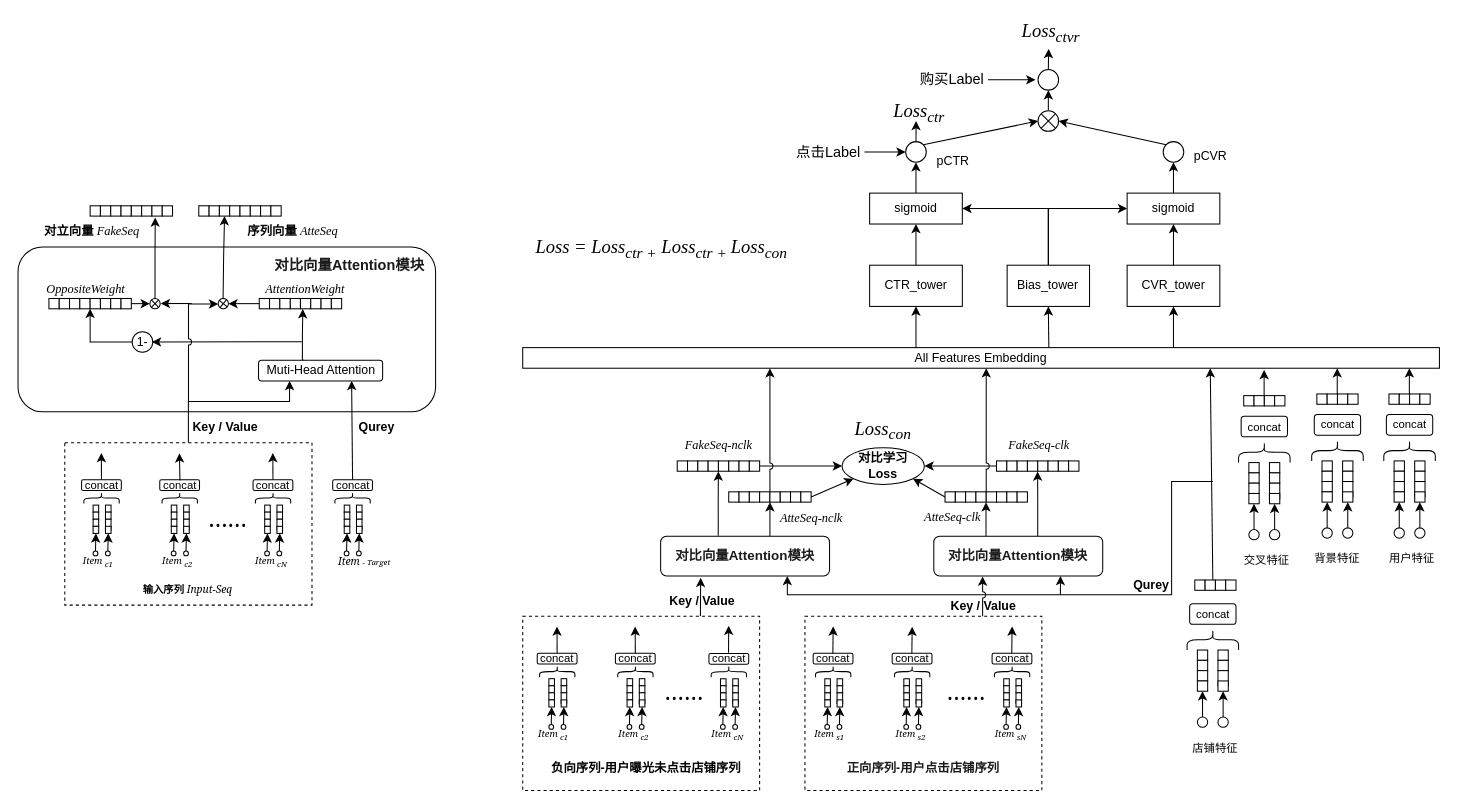
This is 负反馈序列优化-专利图.drawio from cosinalee/HeteroGraph, a draw.io file, before an edit. Source tidied: cells renumbered, new cells numbered last; positions are measured from the earlier drawing's top-left corner, leaving out a move shared by most shapes. Both pictures are drawn from the tidied source at 103%, with x=0, y=0 at pixel (18, 18).
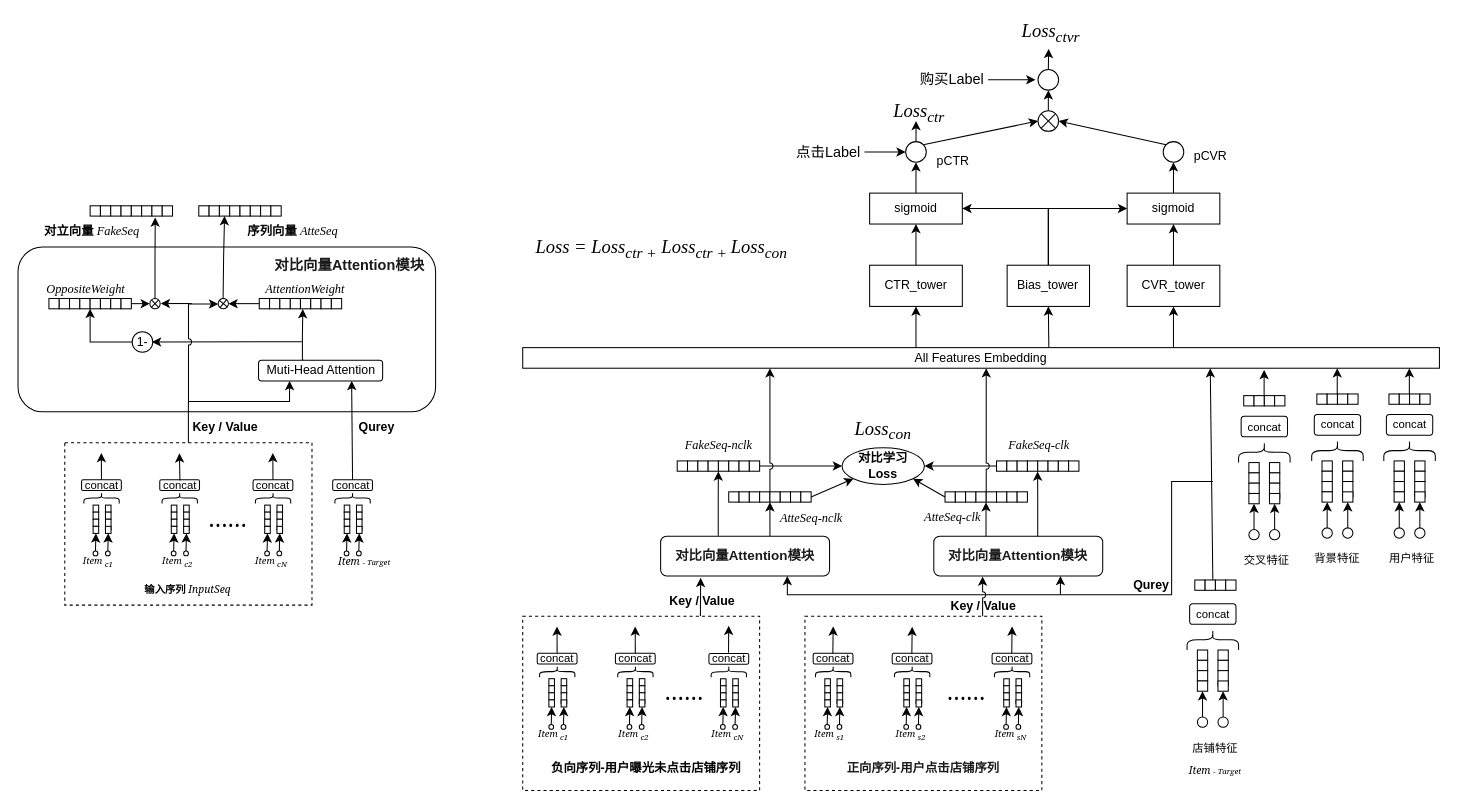
After the change.

Commit message:
更新负反馈序列优化-专利图.drawio

The edit, as a diff of the source:
```diff
@@
-    <mxCell id="449" value="&lt;font size=&quot;1&quot; face=&quot;Georgia&quot;&gt;&lt;b style=&quot;&quot;&gt;输入序列&lt;/b&gt;&lt;i&gt; Input-Seq&lt;/i&gt;&lt;/font&gt;" style="text;html=1;align=center;verticalAlign=middle;whiteSpace=wrap;rounded=0;fontSize=11;" parent="1" vertex="1">
+    <mxCell id="449" value="&lt;font size=&quot;1&quot; face=&quot;Georgia&quot;&gt;&lt;b style=&quot;&quot;&gt;输入序列&lt;/b&gt;&lt;i&gt; InputSeq&lt;/i&gt;&lt;/font&gt;" style="text;html=1;align=center;verticalAlign=middle;whiteSpace=wrap;rounded=0;fontSize=11;" parent="1" vertex="1">
       <mxGeometry x="104.4" y="545" width="122.1" height="20.6" as="geometry" />
     </mxCell>
+    <mxCell id="450" value="&lt;font style=&quot;&quot; face=&quot;Georgia&quot;&gt;&lt;i style=&quot;&quot;&gt;&lt;font size=&quot;1&quot;&gt;Item &lt;/font&gt;&lt;span style=&quot;font-size: 7.5px;&quot;&gt;- Target&lt;/span&gt;&lt;/i&gt;&lt;/font&gt;" style="text;html=1;align=center;verticalAlign=middle;whiteSpace=wrap;rounded=0;fontSize=11;" parent="1" vertex="1">
+      <mxGeometry x="1121.2" y="719.4" width="82.5" height="20.6" as="geometry" />
+    </mxCell>
```
